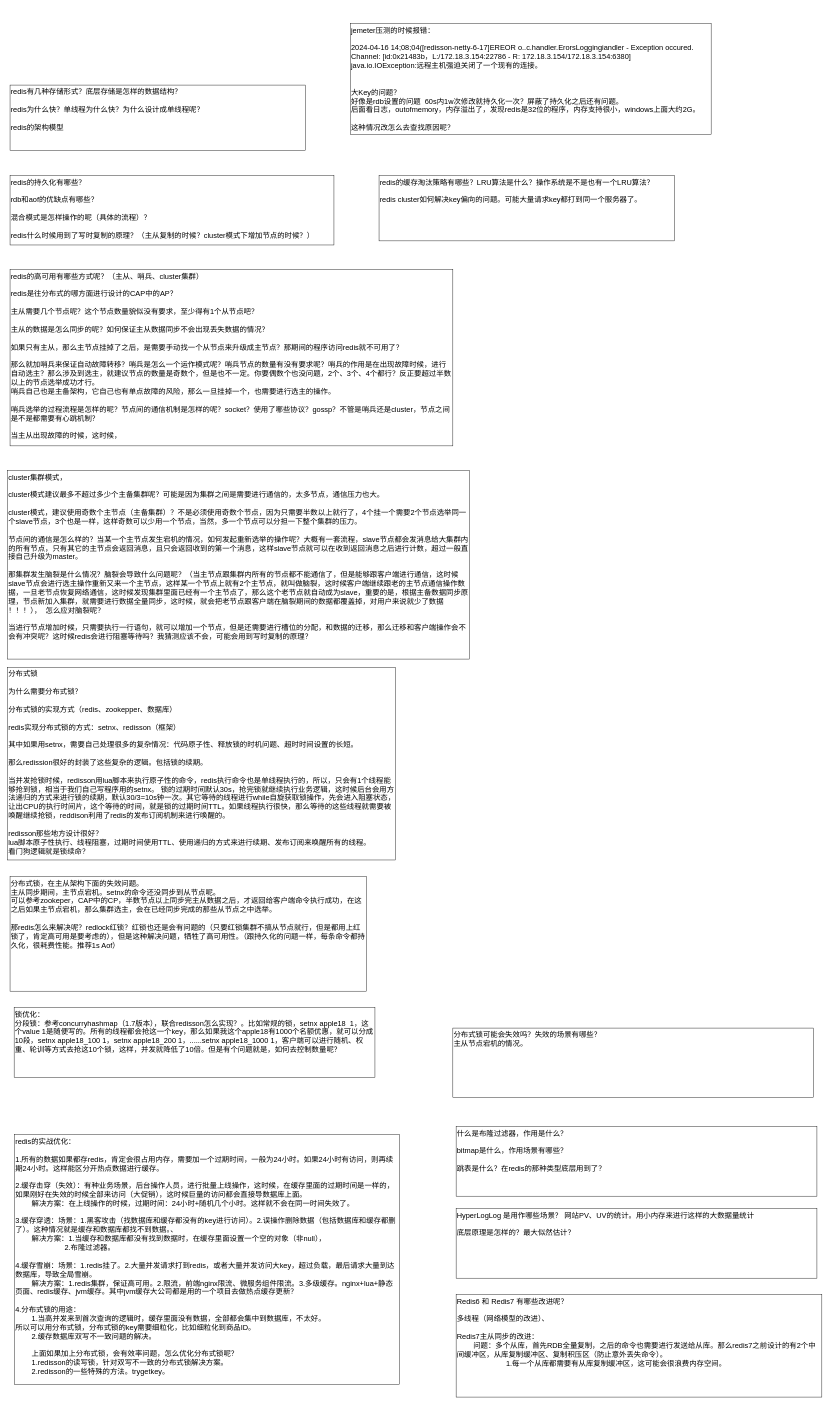
Earlier version of the draw.io diagram JAVA/Redis.drawio (KGwolf/MyDraw). Source tidied: cells renumbered, new cells numbered last; positions are measured from the earlier drawing's top-left corner, leaving out a move shared by most shapes. Both pictures are drawn from the tidied source at 41%, with x=0, y=0 at pixel (7, 23).
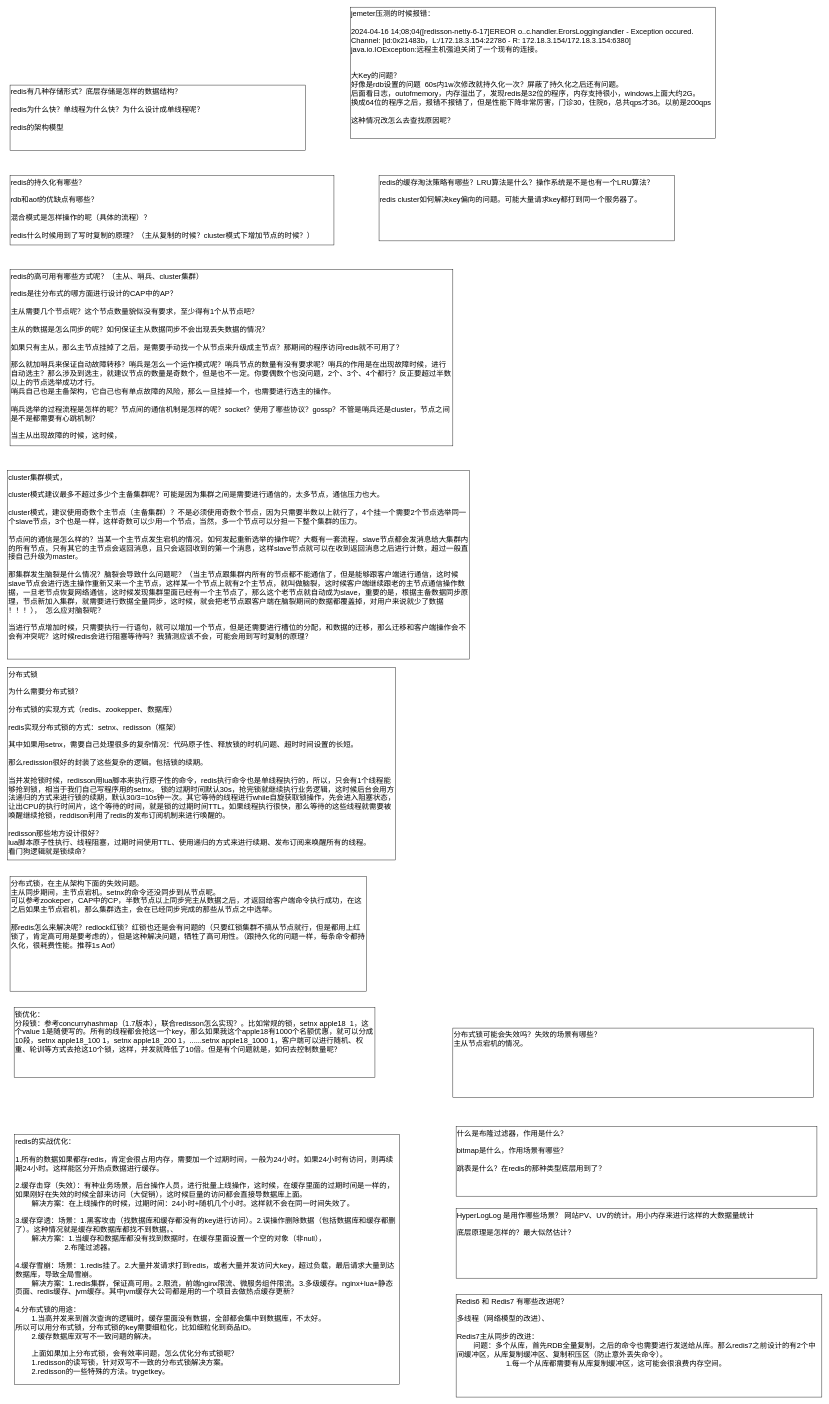
After the change.

Change to the diagram source:
```diff
@@
 <mxGraphModel>
   <root>
     <mxCell id="0" />
     <mxCell id="1" parent="0" />
     <mxCell id="2" value="redis有几种存储形式？底层存储是怎样的数据结构？&lt;br&gt;&lt;br&gt;redis为什么快？单线程为什么快？为什么设计成单线程呢？&lt;br&gt;&lt;br&gt;redis的架构模型" style="rounded=0;whiteSpace=wrap;html=1;fontSize=18;align=left;verticalAlign=top;" parent="1" vertex="1">
       <mxGeometry x="6" y="150" width="720" height="160" as="geometry" />
     </mxCell>
     <mxCell id="3" value="redis的持久化有哪些？&lt;br&gt;&lt;br&gt;rdb和aof的优缺点有哪些？&lt;br&gt;&lt;br&gt;混合模式是怎样操作的呢（具体的流程）？&lt;br&gt;&lt;br&gt;redis什么时候用到了写时复制的原理？（主从复制的时候？cluster模式下增加节点的时候？）" style="rounded=0;whiteSpace=wrap;html=1;fontSize=18;align=left;verticalAlign=top;" parent="1" vertex="1">
       <mxGeometry x="6" y="370" width="790" height="170" as="geometry" />
     </mxCell>
     <mxCell id="4" value="redis的高可用有哪些方式呢？（主从、哨兵、cluster集群）&lt;br&gt;&lt;br&gt;redis是往分布式的哪方面进行设计的CAP中的AP？&lt;br&gt;&lt;br&gt;主从需要几个节点呢？这个节点数量貌似没有要求，至少得有1个从节点吧？&lt;br&gt;&lt;br&gt;主从的数据是怎么同步的呢？如何保证主从数据同步不会出现丢失数据的情况？&lt;br&gt;&lt;br&gt;如果只有主从，那么主节点挂掉了之后，是需要手动找一个从节点来升级成主节点？那期间的程序访问redis就不可用了？&lt;br&gt;&lt;br&gt;那么就加哨兵来保证自动故障转移？哨兵是怎么一个运作模式呢？哨兵节点的数量有没有要求呢？哨兵的作用是在出现故障时候，进行自动选主？那么涉及到选主，就建议节点的数量是奇数个，但是也不一定。你要偶数个也没问题，2个、3个、4个都行？反正要超过半数以上的节点选举成功才行。&lt;br&gt;哨兵自己也是主备架构，它自己也有单点故障的风险，那么一旦挂掉一个，也需要进行选主的操作。&lt;br&gt;&lt;br&gt;哨兵选举的过程流程是怎样的呢？节点间的通信机制是怎样的呢？socket？使用了哪些协议？gossp？不管是哨兵还是cluster，节点之间是不是都需要有心跳机制？&lt;br&gt;&lt;br&gt;当主从出现故障的时候，这时候，" style="rounded=0;whiteSpace=wrap;html=1;fontSize=18;align=left;verticalAlign=top;" parent="1" vertex="1">
       <mxGeometry x="6" y="600" width="1080" height="430" as="geometry" />
     </mxCell>
     <mxCell id="5" value="redis的缓存淘汰策略有哪些？LRU算法是什么？操作系统是不是也有一个LRU算法？&lt;br&gt;&lt;br&gt;redis cluster如何解决key偏向的问题。可能大量请求key都打到同一个服务器了。" style="rounded=0;whiteSpace=wrap;html=1;fontSize=18;align=left;verticalAlign=top;" parent="1" vertex="1">
       <mxGeometry x="906" y="370" width="720" height="160" as="geometry" />
     </mxCell>
     <mxCell id="6" value="cluster集群模式，&lt;br&gt;&lt;br&gt;cluster模式建议最多不超过多少个主备集群呢？可能是因为集群之间是需要进行通信的，太多节点，通信压力也大。&lt;br&gt;&lt;br&gt;cluster模式，建议使用奇数个主节点（主备集群）？不是必须使用奇数个节点，因为只需要半数以上就行了，4个挂一个需要2个节点选举同一个slave节点，3个也是一样，这样奇数可以少用一个节点，当然，多一个节点可以分担一下整个集群的压力。&lt;br&gt;&lt;br&gt;节点间的通信是怎么样的？当某一个主节点发生宕机的情况，如何发起重新选举的操作呢？大概有一套流程，slave节点都会发消息给大集群内的所有节点，只有其它的主节点会返回消息，且只会返回收到的第一个消息，这样slave节点就可以在收到返回消息之后进行计数，超过一般直接自己升级为master。&lt;br&gt;&lt;br&gt;那集群发生脑裂是什么情况？脑裂会导致什么问题呢？（当主节点跟集群内所有的节点都不能通信了，但是能够跟客户端进行通信，这时候slave节点会进行选主操作重新又来一个主节点，这样某一个节点上就有2个主节点，就叫做脑裂，这时候客户端继续跟老的主节点通信操作数据，一旦老节点恢复网络通信，这时候发现集群里面已经有一个主节点了，那么这个老节点就自动成为slave，重要的是，根据主备数据同步原理，节点新加入集群，就需要进行数据全量同步，这时候，就会把老节点跟客户端在脑裂期间的数据都覆盖掉，对用户来说就少了数据&lt;br&gt;！！！），&amp;nbsp; 怎么应对脑裂呢？&lt;br&gt;&lt;br&gt;当进行节点增加时候，只需要执行一行语句，就可以增加一个节点，但是还需要进行槽位的分配，和数据的迁移，那么迁移和客户端操作会不会有冲突呢？这时候redis会进行阻塞等待吗？我猜测应该不会，可能会用到写时复制的原理？" style="rounded=0;whiteSpace=wrap;html=1;fontSize=18;align=left;verticalAlign=top;" parent="1" vertex="1">
       <mxGeometry x="-0.5" y="1090" width="1126.5" height="460" as="geometry" />
     </mxCell>
     <mxCell id="7" value="分布式锁&lt;br&gt;&lt;br&gt;为什么需要分布式锁？&lt;br&gt;&lt;br&gt;分布式锁的实现方式（redis、zookepper、数据库）&lt;br&gt;&lt;br&gt;redis实现分布式锁的方式：setnx、redisson（框架）&lt;br&gt;&lt;br&gt;其中如果用setnx，需要自己处理很多的复杂情况：代码原子性、释放锁的时机问题、超时时间设置的长短。&lt;br&gt;&lt;br&gt;那么redission很好的封装了这些复杂的逻辑。包括锁的续期。&lt;br&gt;&lt;br&gt;当并发抢锁时候，redisson用lua脚本来执行原子性的命令，redis执行命令也是单线程执行的，所以，只会有1个线程能够抢到锁，相当于我们自己写程序用的setnx。 锁的过期时间默认30s，抢完锁就继续执行业务逻辑，这时候后台会用方法递归的方式来进行锁的续期，默认30/3=10s钟一次。其它等待的线程进行while自旋获取锁操作，先会进入阻塞状态，让出CPU的执行时间片，这个等待的时间，就是锁的过期时间TTL。如果线程执行很快，那么等待的这些线程就需要被唤醒继续抢锁，reddison利用了redis的发布订阅机制来进行唤醒的。&lt;br&gt;&lt;br&gt;redisson那些地方设计很好？&lt;br&gt;lua脚本原子性执行、线程阻塞，过期时间使用TTL、使用递归的方式来进行续期、发布订阅来唤醒所有的线程。&lt;br&gt;看门狗逻辑就是锁续命？" style="rounded=0;whiteSpace=wrap;html=1;fontSize=18;align=left;verticalAlign=top;" parent="1" vertex="1">
       <mxGeometry x="-0.5" y="1570" width="946.5" height="470" as="geometry" />
     </mxCell>
     <mxCell id="8" value="分布式锁，在主从架构下面的失效问题。&lt;br&gt;主从同步期间，主节点宕机。setnx的命令还没同步到从节点呢。&lt;br&gt;可以参考zookeper，CAP中的CP，半数节点以上同步完主从数据之后，才返回给客户端命令执行成功，在这之后如果主节点宕机，那么集群选主，会在已经同步完成的那些从节点之中选举。&lt;br&gt;&lt;br&gt;那redis怎么来解决呢？redlock红锁？红锁也还是会有问题的（只要红锁集群不搞从节点就行，但是都用上红锁了，肯定高可用是要考虑的），但是这种解决问题，牺牲了高可用性。（跟持久化的问题一样，每条命令都持久化，很耗费性能。推荐1s Aof）" style="rounded=0;whiteSpace=wrap;html=1;fontSize=18;align=left;verticalAlign=top;" parent="1" vertex="1">
       <mxGeometry x="6" y="2080" width="870" height="280" as="geometry" />
     </mxCell>
     <mxCell id="9" value="锁优化：&lt;br&gt;分段锁：参考concurryhashmap（1.7版本），联合redisson怎么实现？。比如常规的锁，setnx apple18&amp;nbsp; 1，这个value 1是随便写的。所有的线程都会抢这一个key，那么如果我这个apple18有1000个名额优惠，就可以分成10段，setnx apple18_100 1，setnx apple18_200 1，......setnx apple18_1000 1，客户端可以进行随机、权重、轮训等方式去抢这10个锁，这样，并发就降低了10倍。但是有个问题就是，如何去控制数量呢？" style="rounded=0;whiteSpace=wrap;html=1;fontSize=18;align=left;verticalAlign=top;" parent="1" vertex="1">
       <mxGeometry x="16" y="2400" width="880" height="170" as="geometry" />
     </mxCell>
     <mxCell id="10" value="redis的实战优化：&lt;br&gt;&lt;br&gt;1.所有的数据如果都存redis，肯定会很占用内存，需要加一个过期时间，一般为24小时。如果24小时有访问，则再续期24小时。这样能区分开热点数据进行缓存。&lt;br&gt;&lt;br&gt;2.缓存击穿（失效）：有种业务场景，后台操作人员，进行批量上线操作，这时候，在缓存里面的过期时间是一样的，如果刚好在失效的时候全部来访问（大促销），这时候巨量的访问都会直接导数据库上面。&lt;br&gt;&lt;span style=&quot;white-space: pre;&quot;&gt;&#9;&lt;/span&gt;解决方案：在上线操作的时候，过期时间：24小时+随机几个小时。这样就不会在同一时间失效了。&lt;br&gt;&lt;br&gt;3.缓存穿透：场景：1.黑客攻击（找数据库和缓存都没有的key进行访问）。2.误操作删除数据（包括数据库和缓存都删了）。这种情况就是缓存和数据库都找不到数据。、&lt;br&gt;&lt;span style=&quot;white-space: pre;&quot;&gt;&#9;&lt;/span&gt;解决方案：1.当缓存和数据库都没有找到数据时，在缓存里面设置一个空的对象（非null），&lt;br&gt;&lt;span style=&quot;white-space: pre;&quot;&gt;&#9;&lt;/span&gt;&lt;span style=&quot;white-space: pre;&quot;&gt;&#9;&lt;/span&gt;&lt;span style=&quot;white-space: pre;&quot;&gt;&#9;&lt;/span&gt;2.布隆过滤器。&lt;br&gt;&lt;br&gt;4.缓存雪崩：场景：1.redis挂了。2.大量并发请求打到redis，或者大量并发访问大key，超过负载，最后请求大量到达数据库，导致全局雪崩。&lt;br&gt;&lt;span style=&quot;white-space: pre;&quot;&gt;&#9;&lt;/span&gt;解决方案：1.redis集群，保证高可用。2.限流，前端nginx限流、微服务组件限流。3.多级缓存。nginx+lua+静态页面、redis缓存、jvm缓存。其中jvm缓存大公司都是用的一个项目去做热点缓存更新？&lt;br&gt;&lt;br&gt;4.分布式锁的用途：&lt;br&gt;&lt;span style=&quot;white-space: pre;&quot;&gt;&#9;&lt;/span&gt;1.当高并发来到首次查询的逻辑时，缓存里面没有数据，全部都会集中到数据库，不太好。&lt;br&gt;所以可以用分布式锁，分布式锁的key需要细粒化，比如细粒化到商品ID。&lt;br&gt;&lt;span style=&quot;white-space: pre;&quot;&gt;&#9;&lt;/span&gt;2.缓存数据库双写不一致问题的解决。&lt;br&gt;&lt;br&gt;&lt;span style=&quot;white-space: pre;&quot;&gt;&#9;&lt;/span&gt;上面如果加上分布式锁，会有效率问题，怎么优化分布式锁呢？&lt;br&gt;&lt;span style=&quot;white-space: pre;&quot;&gt;&#9;&lt;/span&gt;1.redisson的读写锁，针对双写不一致的分布式锁解决方案。&lt;br&gt;&lt;span style=&quot;white-space: pre;&quot;&gt;&#9;&lt;/span&gt;2.redisson的一些特殊的方法。trygetkey。" style="rounded=0;whiteSpace=wrap;html=1;fontSize=18;align=left;verticalAlign=top;" parent="1" vertex="1">
       <mxGeometry x="17" y="2710" width="939" height="610" as="geometry" />
     </mxCell>
     <mxCell id="11" value="什么是布隆过滤器，作用是什么？&lt;br&gt;&lt;br&gt;bitmap是什么，作用场景有哪些？&lt;br&gt;&lt;br&gt;跳表是什么？在redis的那种类型底层用到了？" style="rounded=0;whiteSpace=wrap;html=1;fontSize=18;align=left;verticalAlign=top;" parent="1" vertex="1">
       <mxGeometry x="1094" y="2690" width="880" height="170" as="geometry" />
     </mxCell>
     <mxCell id="12" value="HyperLogLog 是用作哪些场景？ 网站PV、UV的统计。用小内存来进行这样的大数据量统计&lt;br&gt;&lt;br&gt;底层原理是怎样的？最大似然估计？" style="rounded=0;whiteSpace=wrap;html=1;fontSize=18;align=left;verticalAlign=top;" parent="1" vertex="1">
       <mxGeometry x="1094" y="2890" width="880" height="170" as="geometry" />
     </mxCell>
     <mxCell id="13" value="Redis6 和 Redis7 有哪些改进呢？&lt;br&gt;&lt;br&gt;多线程（网络模型的改进）、&lt;br&gt;&lt;br&gt;Redis7主从同步的改进：&lt;br&gt;&lt;span style=&quot;white-space: pre;&quot;&gt;&#9;&lt;/span&gt;问题：多个从库，首先RDB全量复制，之后的命令也需要进行发送给从库。那么redis7之前设计的有2个中间缓冲区，从库复制缓冲区、复制积压区（防止意外丢失命令）。&lt;br&gt;&lt;span style=&quot;white-space: pre;&quot;&gt;&#9;&lt;/span&gt;&lt;span style=&quot;white-space: pre;&quot;&gt;&#9;&lt;/span&gt;&lt;span style=&quot;white-space: pre;&quot;&gt;&#9;&lt;/span&gt;1.每一个从库都需要有从库复制缓冲区，这可能会很浪费内存空间。" style="rounded=0;whiteSpace=wrap;html=1;fontSize=18;align=left;verticalAlign=top;" parent="1" vertex="1">
       <mxGeometry x="1094" y="3100" width="892" height="250" as="geometry" />
     </mxCell>
     <mxCell id="14" value="分布式锁可能会失效吗？失效的场景有哪些？&lt;br&gt;主从节点宕机的情况。" style="rounded=0;whiteSpace=wrap;html=1;fontSize=18;align=left;verticalAlign=top;" parent="1" vertex="1">
       <mxGeometry x="1086" y="2450" width="880" height="170" as="geometry" />
     </mxCell>
-    <mxCell id="15" value="&lt;div&gt;jemeter压测的时候报错：&lt;/div&gt;&lt;div&gt;&lt;br&gt;&lt;/div&gt;2024-04-16 14;08;04([redisson-netty-6-17]EREOR o..c.handler.ErorsLoggingiandler - Exception occured. Channel: [id:0x21483b，L:/172.18.3.154:22786 - R: 172.18.3.154/172.18.3.154:6380]&lt;br&gt;java.io.IOException:远程主机强迫关闭了一个现有的连接。&lt;div&gt;&lt;br&gt;&lt;/div&gt;&lt;div&gt;&lt;br&gt;&lt;/div&gt;&lt;div&gt;大Key的问题？&lt;/div&gt;&lt;div&gt;好像是rdb设置的问题&amp;nbsp; 60s内1w次修改就持久化一次？屏蔽了持久化之后还有问题。&lt;/div&gt;&lt;div&gt;后面看日志，outofmemory，内存溢出了，发现redis是32位的程序，内存支持很小，windows上面大约2G。&lt;/div&gt;&lt;div&gt;&lt;br&gt;&lt;/div&gt;&lt;div&gt;这种情况改怎么去查找原因呢？&lt;/div&gt;" style="rounded=0;whiteSpace=wrap;html=1;fontSize=18;align=left;verticalAlign=top;" parent="1" vertex="1">
-      <mxGeometry x="836" width="880" height="270" as="geometry" />
+    <mxCell id="15" value="&lt;div&gt;jemeter压测的时候报错：&lt;/div&gt;&lt;div&gt;&lt;br&gt;&lt;/div&gt;2024-04-16 14;08;04([redisson-netty-6-17]EREOR o..c.handler.ErorsLoggingiandler - Exception occured. Channel: [id:0x21483b，L:/172.18.3.154:22786 - R: 172.18.3.154/172.18.3.154:6380]&lt;br&gt;java.io.IOException:远程主机强迫关闭了一个现有的连接。&lt;div&gt;&lt;br&gt;&lt;/div&gt;&lt;div&gt;&lt;br&gt;&lt;/div&gt;&lt;div&gt;大Key的问题？&lt;/div&gt;&lt;div&gt;好像是rdb设置的问题&amp;nbsp; 60s内1w次修改就持久化一次？屏蔽了持久化之后还有问题。&lt;/div&gt;&lt;div&gt;后面看日志，outofmemory，内存溢出了，发现redis是32位的程序，内存支持很小，windows上面大约2G。&lt;/div&gt;&lt;div&gt;换成64位的程序之后，报错不报错了，但是性能下降非常厉害，门诊30，住院6，总共qps才36。以前是200qps&lt;/div&gt;&lt;div&gt;&lt;br&gt;&lt;/div&gt;&lt;div&gt;这种情况改怎么去查找原因呢？&lt;/div&gt;" style="rounded=0;whiteSpace=wrap;html=1;fontSize=18;align=left;verticalAlign=top;" parent="1" vertex="1">
+      <mxGeometry x="836" y="-40" width="890" height="320" as="geometry" />
     </mxCell>
   </root>
 </mxGraphModel>
```
